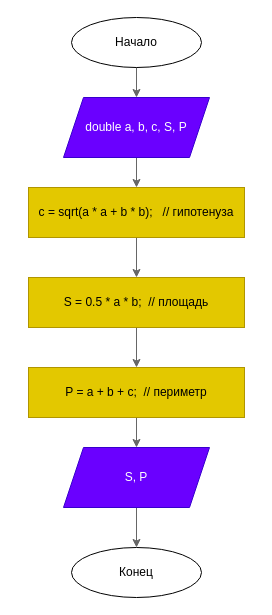
Earlier version of the draw.io diagram schema.drawio (DragonSov/lab2_homework). Source tidied: cells renumbered, new cells numbered last; positions are measured from the earlier drawing's top-left corner, leaving out a move shared by most shapes. Both pictures are drawn from the tidied source at 100%, with x=0, y=0 at pixel (28, 17).
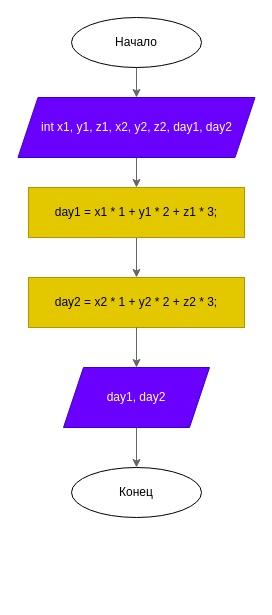
The same diagram, later.

Commit message (it also covers changes not shown here):
changed block diagram

What changed in the source:
```diff
@@
 <mxGraphModel>
   <root>
     <mxCell id="0" />
     <mxCell id="1" parent="0" />
     <mxCell id="2" style="edgeStyle=orthogonalEdgeStyle;rounded=0;jettySize=auto;html=1;fillColor=#f5f5f5;strokeColor=#666666;gradientColor=#b3b3b3;" parent="1" edge="1" source="3" target="5">
       <mxGeometry relative="1" as="geometry" />
     </mxCell>
     <mxCell id="3" value="Начало" style="ellipse;whiteSpace=wrap;html=1;" parent="1" vertex="1">
       <mxGeometry x="43" width="130" height="50" as="geometry" />
     </mxCell>
     <mxCell id="4" style="edgeStyle=orthogonalEdgeStyle;rounded=0;jettySize=auto;html=1;fillColor=#f5f5f5;strokeColor=#666666;gradientColor=#b3b3b3;" parent="1" edge="1" source="5" target="7">
       <mxGeometry relative="1" as="geometry" />
     </mxCell>
-    <mxCell id="5" value="double a, b, c, S, P" style="shape=parallelogram;perimeter=parallelogramPerimeter;whiteSpace=wrap;html=1;fixedSize=1;fillColor=#6a00ff;strokeColor=#3700CC;fontColor=#ffffff;" parent="1" vertex="1">
-      <mxGeometry x="35" y="80" width="146" height="60" as="geometry" />
+    <mxCell id="5" value="int x1, y1, z1, x2, y2, z2, day1, day2" style="shape=parallelogram;perimeter=parallelogramPerimeter;whiteSpace=wrap;html=1;fixedSize=1;fillColor=#6a00ff;strokeColor=#3700CC;fontColor=#ffffff;" parent="1" vertex="1">
+      <mxGeometry x="-10.5" y="80" width="237" height="60" as="geometry" />
     </mxCell>
     <mxCell id="6" style="edgeStyle=orthogonalEdgeStyle;rounded=0;jettySize=auto;html=1;fillColor=#f5f5f5;strokeColor=#666666;gradientColor=#b3b3b3;" parent="1" edge="1" source="7" target="10">
       <mxGeometry relative="1" as="geometry" />
     </mxCell>
-    <mxCell id="7" value="&lt;div&gt;c = sqrt(a * a + b * b);&amp;nbsp; &amp;nbsp;// гипотенуза&lt;/div&gt;" style="rounded=0;whiteSpace=wrap;html=1;fillColor=#e3c800;fontColor=#000000;strokeColor=#B09500;" parent="1" vertex="1">
+    <mxCell id="7" value="day1 = x1 * 1 + y1 * 2 + z1 * 3;" style="rounded=0;whiteSpace=wrap;html=1;fillColor=#e3c800;fontColor=#000000;strokeColor=#B09500;" parent="1" vertex="1">
       <mxGeometry y="170" width="216" height="50" as="geometry" />
     </mxCell>
     <mxCell id="8" value="Конец" style="ellipse;whiteSpace=wrap;html=1;" parent="1" vertex="1">
-      <mxGeometry x="43" y="530" width="130" height="50" as="geometry" />
+      <mxGeometry x="43" y="450" width="130" height="50" as="geometry" />
     </mxCell>
-    <mxCell id="9" style="edgeStyle=orthogonalEdgeStyle;rounded=0;jettySize=auto;html=1;fillColor=#f5f5f5;strokeColor=#666666;gradientColor=#b3b3b3;" parent="1" edge="1" source="10" target="14">
-      <mxGeometry relative="1" as="geometry" />
-    </mxCell>
-    <mxCell id="10" value="&lt;div&gt;S = 0.5 * a * b;&amp;nbsp; // площадь&lt;/div&gt;" style="rounded=0;whiteSpace=wrap;html=1;fillColor=#e3c800;fontColor=#000000;strokeColor=#B09500;" parent="1" vertex="1">
+    <mxCell id="10" value="day2 = x2 * 1 + y2 * 2 + z2 * 3;" style="rounded=0;whiteSpace=wrap;html=1;fillColor=#e3c800;fontColor=#000000;strokeColor=#B09500;" parent="1" vertex="1">
       <mxGeometry y="260" width="216" height="50" as="geometry" />
     </mxCell>
     <mxCell id="11" style="edgeStyle=orthogonalEdgeStyle;rounded=0;jettySize=auto;html=1;fillColor=#f5f5f5;strokeColor=#666666;gradientColor=#b3b3b3;" parent="1" edge="1" source="12" target="8">
       <mxGeometry relative="1" as="geometry" />
     </mxCell>
-    <mxCell id="12" value="S, P" style="shape=parallelogram;perimeter=parallelogramPerimeter;whiteSpace=wrap;html=1;fixedSize=1;fillColor=#6a00ff;fontColor=#ffffff;strokeColor=#3700CC;" parent="1" vertex="1">
-      <mxGeometry x="35" y="430" width="146" height="60" as="geometry" />
+    <mxCell id="12" value="day1, day2" style="shape=parallelogram;perimeter=parallelogramPerimeter;whiteSpace=wrap;html=1;fixedSize=1;fillColor=#6a00ff;fontColor=#ffffff;strokeColor=#3700CC;" parent="1" vertex="1">
+      <mxGeometry x="35" y="350" width="146" height="60" as="geometry" />
     </mxCell>
-    <mxCell id="13" style="edgeStyle=orthogonalEdgeStyle;rounded=0;jettySize=auto;html=1;fillColor=#f5f5f5;strokeColor=#666666;gradientColor=#b3b3b3;" parent="1" edge="1" source="14" target="12">
-      <mxGeometry relative="1" as="geometry" />
-    </mxCell>
-    <mxCell id="14" value="P = a + b + c;&amp;nbsp; // периметр" style="rounded=0;whiteSpace=wrap;html=1;fillColor=#e3c800;fontColor=#000000;strokeColor=#B09500;" parent="1" vertex="1">
-      <mxGeometry y="350" width="216" height="50" as="geometry" />
-    </mxCell>
+    <mxCell id="15" style="edgeStyle=orthogonalEdgeStyle;rounded=0;jettySize=auto;html=1;fillColor=#f5f5f5;strokeColor=#666666;gradientColor=#b3b3b3;entryX=0.5;entryY=0;entryDx=0;entryDy=0;" parent="1" edge="1" source="10" target="12">
+      <mxGeometry relative="1" as="geometry" />
+    </mxCell>
   </root>
 </mxGraphModel>
```
